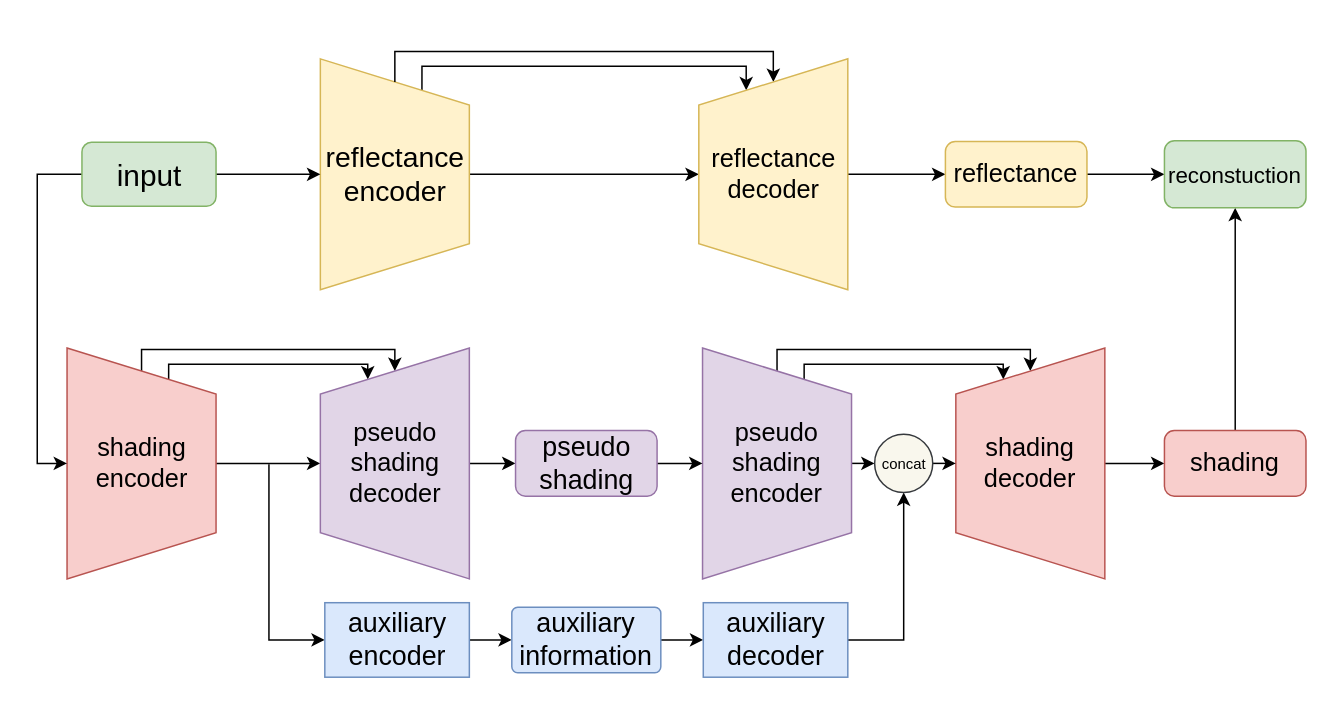
Above: New_RIN.drawio in FangYang970206/draw.io (draw.io), before the change. Source tidied: cells renumbered, new cells numbered last; positions are measured from the earlier drawing's top-left corner, leaving out a move shared by most shapes. Both pictures are drawn from the tidied source at 149%, with x=0, y=0 at pixel (66, 51).
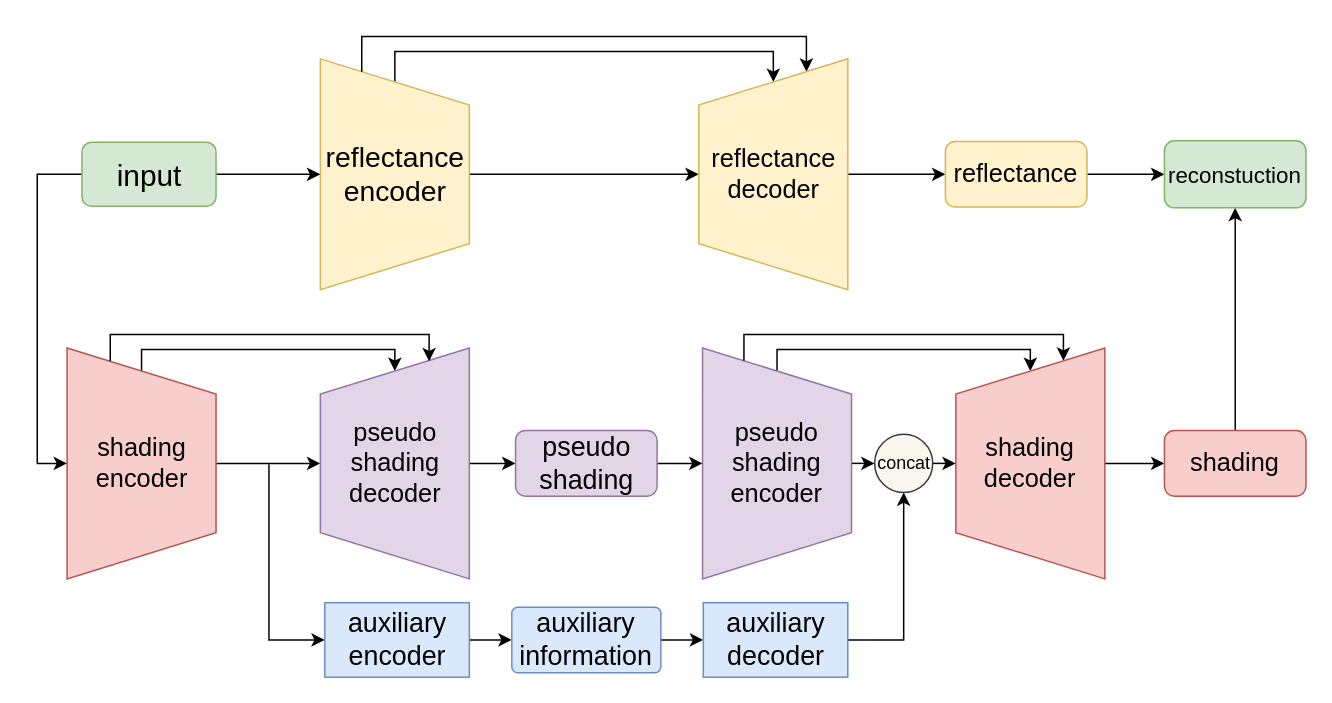
Above is the later version.

Unchanged cells that the change refers to:
```xml
<mxCell id="4" value="&lt;font style=&quot;font-size: 19px&quot;&gt;reflectance&lt;br&gt;encoder&lt;/font&gt;" style="shape=trapezoid;perimeter=trapezoidPerimeter;whiteSpace=wrap;html=1;rotation=0;direction=south;fillColor=#fff2cc;strokeColor=#d6b656;" parent="1" vertex="1">
  <mxGeometry x="170.5" y="5" width="100" height="155" as="geometry" />
</mxCell>
<mxCell id="7" value="&lt;font style=&quot;font-size: 17px&quot;&gt;reflectance&lt;br&gt;decoder&lt;/font&gt;" style="shape=trapezoid;perimeter=trapezoidPerimeter;whiteSpace=wrap;html=1;rotation=0;direction=north;fillColor=#fff2cc;strokeColor=#d6b656;" parent="1" vertex="1">
  <mxGeometry x="424.5" y="5" width="100" height="155" as="geometry" />
</mxCell>
<mxCell id="12" value="&lt;font style=&quot;font-size: 17px&quot;&gt;shading&lt;br&gt;encoder&lt;/font&gt;" style="shape=trapezoid;perimeter=trapezoidPerimeter;whiteSpace=wrap;html=1;rotation=0;direction=south;fillColor=#f8cecc;strokeColor=#b85450;" parent="1" vertex="1">
  <mxGeometry x="0.5" y="199" width="100" height="155" as="geometry" />
</mxCell>
<mxCell id="14" value="&lt;font style=&quot;font-size: 17px&quot;&gt;pseudo&lt;br&gt;shading&lt;br&gt;decoder&lt;/font&gt;" style="shape=trapezoid;perimeter=trapezoidPerimeter;whiteSpace=wrap;html=1;rotation=0;direction=north;fillColor=#e1d5e7;strokeColor=#9673a6;" parent="1" vertex="1">
  <mxGeometry x="170.5" y="199" width="100" height="155" as="geometry" />
</mxCell>
<mxCell id="18" value="&lt;font style=&quot;font-size: 17px&quot;&gt;pseudo&lt;br&gt;shading&lt;br&gt;encoder&lt;/font&gt;" style="shape=trapezoid;perimeter=trapezoidPerimeter;whiteSpace=wrap;html=1;rotation=0;direction=south;fillColor=#e1d5e7;strokeColor=#9673a6;" parent="1" vertex="1">
  <mxGeometry x="427" y="199" width="100" height="155" as="geometry" />
</mxCell>
<mxCell id="20" value="&lt;font style=&quot;font-size: 17px&quot;&gt;shading&lt;br&gt;decoder&lt;/font&gt;" style="shape=trapezoid;perimeter=trapezoidPerimeter;whiteSpace=wrap;html=1;rotation=0;direction=north;fillColor=#f8cecc;strokeColor=#b85450;" parent="1" vertex="1">
  <mxGeometry x="597" y="199" width="100" height="155" as="geometry" />
</mxCell>
```

Change to the diagram source:
```diff
@@
-    <mxCell id="3" style="edgeStyle=orthogonalEdgeStyle;rounded=0;jettySize=auto;html=1;exitX=0;exitY=0.25;exitDx=0;exitDy=0;entryX=1;entryY=0.25;entryDx=0;entryDy=0;strokeColor=#000000;fontColor=#FF3399;" parent="1" edge="1" source="4" target="7">
-      <mxGeometry relative="1" as="geometry">
-        <Array as="points">
-          <mxPoint x="239" y="10" />
-          <mxPoint x="456" y="10" />
-        </Array>
-      </mxGeometry>
-    </mxCell>
+    <mxCell id="39" style="edgeStyle=orthogonalEdgeStyle;rounded=0;jettySize=auto;html=1;exitX=0;exitY=0.5;exitDx=0;exitDy=0;entryX=1;entryY=0.5;entryDx=0;entryDy=0;strokeColor=#000000;fontColor=#FF3399;" parent="1" edge="1" source="4" target="7">
+      <mxGeometry relative="1" as="geometry">
+        <Array as="points">
+          <mxPoint x="221" />
+          <mxPoint x="475" />
+        </Array>
+      </mxGeometry>
+    </mxCell>
@@
-    <mxCell id="6" style="edgeStyle=orthogonalEdgeStyle;rounded=0;jettySize=auto;html=1;strokeColor=#000000;fontColor=#FF3399;entryX=1;entryY=0.5;entryDx=0;entryDy=0;exitX=0;exitY=0.5;exitDx=0;exitDy=0;" parent="1" edge="1" source="4" target="7">
-      <mxGeometry relative="1" as="geometry">
-        <Array as="points">
-          <mxPoint x="220" />
-          <mxPoint x="475" />
-        </Array>
-      </mxGeometry>
-    </mxCell>
+    <mxCell id="40" style="edgeStyle=orthogonalEdgeStyle;rounded=0;jettySize=auto;html=1;exitX=0;exitY=0.75;exitDx=0;exitDy=0;entryX=1;entryY=0.75;entryDx=0;entryDy=0;strokeColor=#000000;fontColor=#FF3399;" parent="1" edge="1" source="4" target="7">
+      <mxGeometry relative="1" as="geometry">
+        <Array as="points">
+          <mxPoint x="199" y="-10" />
+          <mxPoint x="497" y="-10" />
+        </Array>
+      </mxGeometry>
+    </mxCell>
@@
-    <mxCell id="9" style="edgeStyle=orthogonalEdgeStyle;rounded=0;jettySize=auto;html=1;exitX=0;exitY=0.25;exitDx=0;exitDy=0;entryX=1;entryY=0.25;entryDx=0;entryDy=0;strokeColor=#000000;" parent="1" edge="1" source="12" target="14">
-      <mxGeometry relative="1" as="geometry">
-        <Array as="points">
-          <mxPoint x="69" y="210" />
-          <mxPoint x="202" y="210" />
-        </Array>
-      </mxGeometry>
-    </mxCell>
-    <mxCell id="10" style="edgeStyle=orthogonalEdgeStyle;rounded=0;jettySize=auto;html=1;exitX=0;exitY=0.5;exitDx=0;exitDy=0;entryX=1;entryY=0.5;entryDx=0;entryDy=0;strokeColor=#000000;" parent="1" edge="1" source="12" target="14">
-      <mxGeometry relative="1" as="geometry">
-        <Array as="points">
-          <mxPoint x="50" y="200" />
-          <mxPoint x="220" y="200" />
-        </Array>
-      </mxGeometry>
-    </mxCell>
@@
+    <mxCell id="41" style="edgeStyle=orthogonalEdgeStyle;rounded=0;jettySize=auto;html=1;exitX=0;exitY=0.5;exitDx=0;exitDy=0;entryX=1;entryY=0.5;entryDx=0;entryDy=0;strokeColor=#000000;fontColor=#FF3399;" parent="1" edge="1" source="12" target="14">
+      <mxGeometry relative="1" as="geometry">
+        <Array as="points">
+          <mxPoint x="51" y="200" />
+          <mxPoint x="221" y="200" />
+        </Array>
+      </mxGeometry>
+    </mxCell>
@@
-    <mxCell id="16" style="edgeStyle=orthogonalEdgeStyle;rounded=0;jettySize=auto;html=1;exitX=0;exitY=0.25;exitDx=0;exitDy=0;entryX=1;entryY=0.25;entryDx=0;entryDy=0;strokeColor=#000000;fontColor=#FF3399;" parent="1" edge="1" source="18" target="20">
-      <mxGeometry relative="1" as="geometry">
-        <Array as="points">
-          <mxPoint x="495" y="210" />
-          <mxPoint x="629" y="210" />
-        </Array>
-      </mxGeometry>
-    </mxCell>
-    <mxCell id="17" style="edgeStyle=orthogonalEdgeStyle;rounded=0;jettySize=auto;html=1;exitX=0;exitY=0.5;exitDx=0;exitDy=0;entryX=1;entryY=0.5;entryDx=0;entryDy=0;strokeColor=#000000;fontColor=#FF3399;" parent="1" edge="1" source="18" target="20">
-      <mxGeometry relative="1" as="geometry">
-        <Array as="points">
-          <mxPoint x="477" y="200" />
-          <mxPoint x="647" y="200" />
-        </Array>
-      </mxGeometry>
-    </mxCell>
+    <mxCell id="42" style="edgeStyle=orthogonalEdgeStyle;rounded=0;jettySize=auto;html=1;exitX=0;exitY=0.5;exitDx=0;exitDy=0;entryX=1;entryY=0.5;entryDx=0;entryDy=0;strokeColor=#000000;fontColor=#FF3399;" parent="1" edge="1" source="18" target="20">
+      <mxGeometry relative="1" as="geometry">
+        <Array as="points">
+          <mxPoint x="477" y="200" />
+          <mxPoint x="647" y="200" />
+        </Array>
+      </mxGeometry>
+    </mxCell>
@@
+    <mxCell id="43" style="edgeStyle=orthogonalEdgeStyle;rounded=0;jettySize=auto;html=1;exitX=0;exitY=0.75;exitDx=0;exitDy=0;entryX=1;entryY=0.75;entryDx=0;entryDy=0;strokeColor=#000000;fontColor=#FF3399;" parent="1" edge="1" source="18" target="20">
+      <mxGeometry relative="1" as="geometry">
+        <Array as="points">
+          <mxPoint x="455" y="190" />
+          <mxPoint x="669" y="190" />
+        </Array>
+      </mxGeometry>
+    </mxCell>
@@
-    <mxCell id="37" value="&lt;font color=&quot;#000000&quot; style=&quot;font-size: 10px&quot;&gt;concat&lt;/font&gt;" style="ellipse;whiteSpace=wrap;html=1;fillColor=#f9f7ed;strokeColor=#36393d;" parent="1" vertex="1">
+    <mxCell id="37" value="&lt;font color=&quot;#000000&quot; style=&quot;font-size: 12px&quot;&gt;concat&lt;/font&gt;" style="ellipse;whiteSpace=wrap;html=1;fillColor=#f9f7ed;strokeColor=#36393d;" parent="1" vertex="1">
       <mxGeometry x="542.5" y="257" width="39" height="39" as="geometry" />
     </mxCell>
@@
+    <mxCell id="44" style="edgeStyle=orthogonalEdgeStyle;rounded=0;orthogonalLoop=1;jettySize=auto;html=1;exitX=0;exitY=0.75;exitDx=0;exitDy=0;entryX=1;entryY=0.75;entryDx=0;entryDy=0;strokeColor=#000000;fontColor=#FF3399;" parent="1" edge="1">
+      <mxGeometry relative="1" as="geometry">
+        <mxPoint x="29.5" y="208" as="sourcePoint" />
+        <mxPoint x="243.5" y="208" as="targetPoint" />
+        <Array as="points">
+          <mxPoint x="29.5" y="190" />
+          <mxPoint x="243.5" y="190" />
+        </Array>
+      </mxGeometry>
+    </mxCell>
```
